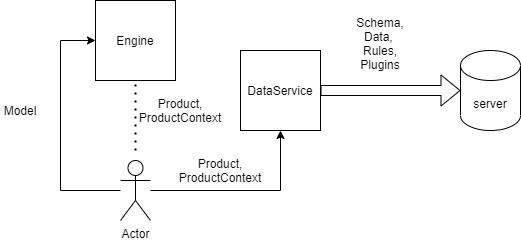
The draw.io diagram Overview.png in wheercool/drawio, before a commit. Source tidied: cells renumbered, new cells last; positions are measured from the earlier drawing's top-left corner, leaving out a move shared by most shapes.
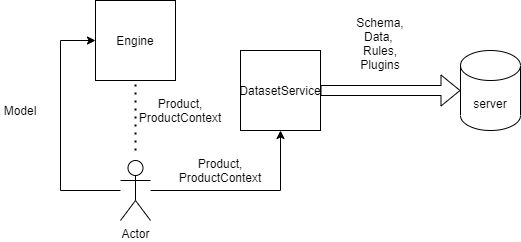
The same diagram one commit later.

Change to the diagram source:
```diff
@@ -5,7 +5,7 @@
     <mxCell id="2" value="server" style="shape=cylinder3;whiteSpace=wrap;html=1;boundedLbl=1;backgroundOutline=1;size=15;" parent="1" vertex="1">
       <mxGeometry x="460" y="50" width="60" height="80" as="geometry" />
     </mxCell>
-    <mxCell id="3" value="DataService" style="whiteSpace=wrap;html=1;" parent="1" vertex="1">
+    <mxCell id="3" value="DatasetService" style="whiteSpace=wrap;html=1;" parent="1" vertex="1">
       <mxGeometry x="240" y="50" width="80" height="80" as="geometry" />
     </mxCell>
     <mxCell id="4" value="Engine" style="whiteSpace=wrap;html=1;" parent="1" vertex="1">
```
